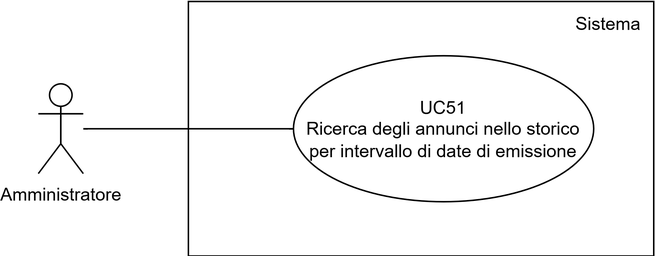
Earlier version of the draw.io export assets/use_cases/UC51.png (SWEatUNIPD/docs). Source tidied: cells renumbered, new cells last; positions are measured from the earlier drawing's top-left corner, leaving out a move shared by most shapes. Source of this version:
```xml
<mxGraphModel>
  <root>
    <mxCell id="0" />
    <mxCell id="1" parent="0" />
    <mxCell id="2" style="rounded=0;whiteSpace=wrap;html=1;fillColor=none;" parent="1" vertex="1">
      <mxGeometry x="100" y="0.5" width="310" height="170" as="geometry" />
    </mxCell>
    <mxCell id="3" style="edgeStyle=orthogonalEdgeStyle;rounded=0;jettySize=auto;html=1;endArrow=none;endFill=0;" parent="1" edge="1" source="4" target="5">
      <mxGeometry relative="1" as="geometry" />
    </mxCell>
    <mxCell id="4" value="Amministratore" style="shape=umlActor;verticalLabelPosition=bottom;verticalAlign=top;html=1;outlineConnect=0;" parent="1" vertex="1">
      <mxGeometry y="55.5" width="30" height="60" as="geometry" />
    </mxCell>
    <mxCell id="5" value="UC51&lt;div&gt;Ricerca degli annunci nello storico per intervallo di date di emissione&lt;/div&gt;" style="ellipse;whiteSpace=wrap;html=1;fillColor=none;" parent="1" vertex="1">
      <mxGeometry x="170" y="36.8" width="200" height="97.5" as="geometry" />
    </mxCell>
    <mxCell id="6" value="Sistema" style="text;html=1;align=center;verticalAlign=middle;whiteSpace=wrap;rounded=0;" parent="1" vertex="1">
      <mxGeometry x="350" y="0.5" width="60" height="30" as="geometry" />
    </mxCell>
  </root>
</mxGraphModel>
```
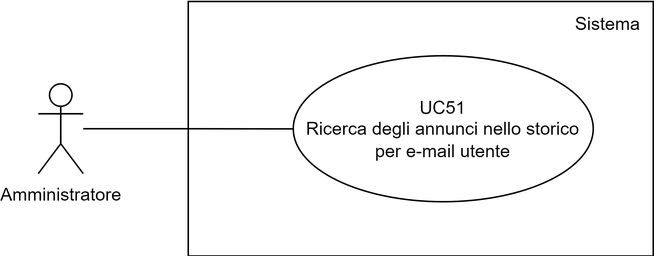
Above is the later version.

The edit, as a diff of the source:
```diff
@@ -11,7 +11,7 @@
     <mxCell id="4" value="Amministratore" style="shape=umlActor;verticalLabelPosition=bottom;verticalAlign=top;html=1;outlineConnect=0;" parent="1" vertex="1">
       <mxGeometry y="55.5" width="30" height="60" as="geometry" />
     </mxCell>
-    <mxCell id="5" value="UC51&lt;div&gt;Ricerca degli annunci nello storico per intervallo di date di emissione&lt;/div&gt;" style="ellipse;whiteSpace=wrap;html=1;fillColor=none;" parent="1" vertex="1">
+    <mxCell id="5" value="UC51&lt;div&gt;Ricerca degli annunci nello storico per e-mail utente&lt;/div&gt;" style="ellipse;whiteSpace=wrap;html=1;fillColor=none;" parent="1" vertex="1">
       <mxGeometry x="170" y="36.8" width="200" height="97.5" as="geometry" />
     </mxCell>
     <mxCell id="6" value="Sistema" style="text;html=1;align=center;verticalAlign=middle;whiteSpace=wrap;rounded=0;" parent="1" vertex="1">
```
